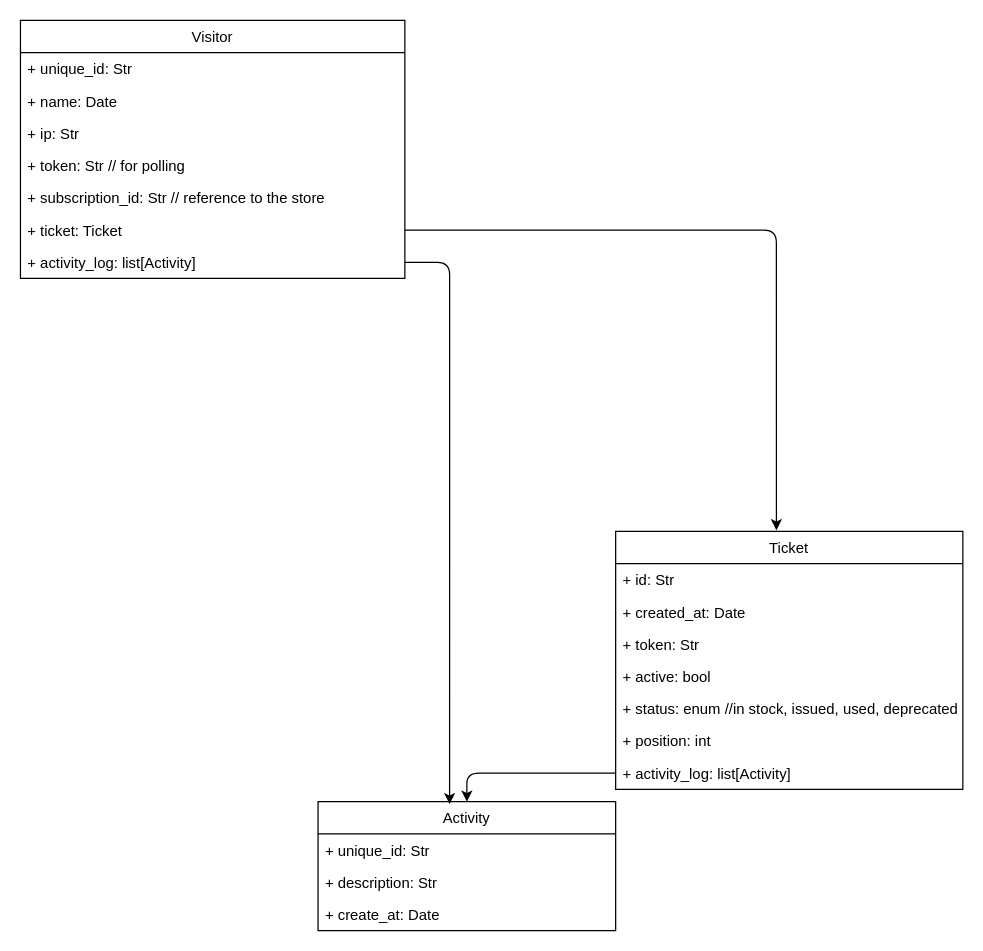
The draw.io diagram page "model: Visitor" (6 of 7) of docs/main.drawio in itay-bardugo/knocqueue, before the edit. Source tidied: cells renumbered, new cells numbered last; positions are measured from the earlier drawing's top-left corner, leaving out a move shared by most shapes. Both pictures are drawn from the tidied source at 124%, with x=0, y=0 at pixel (20, 20).
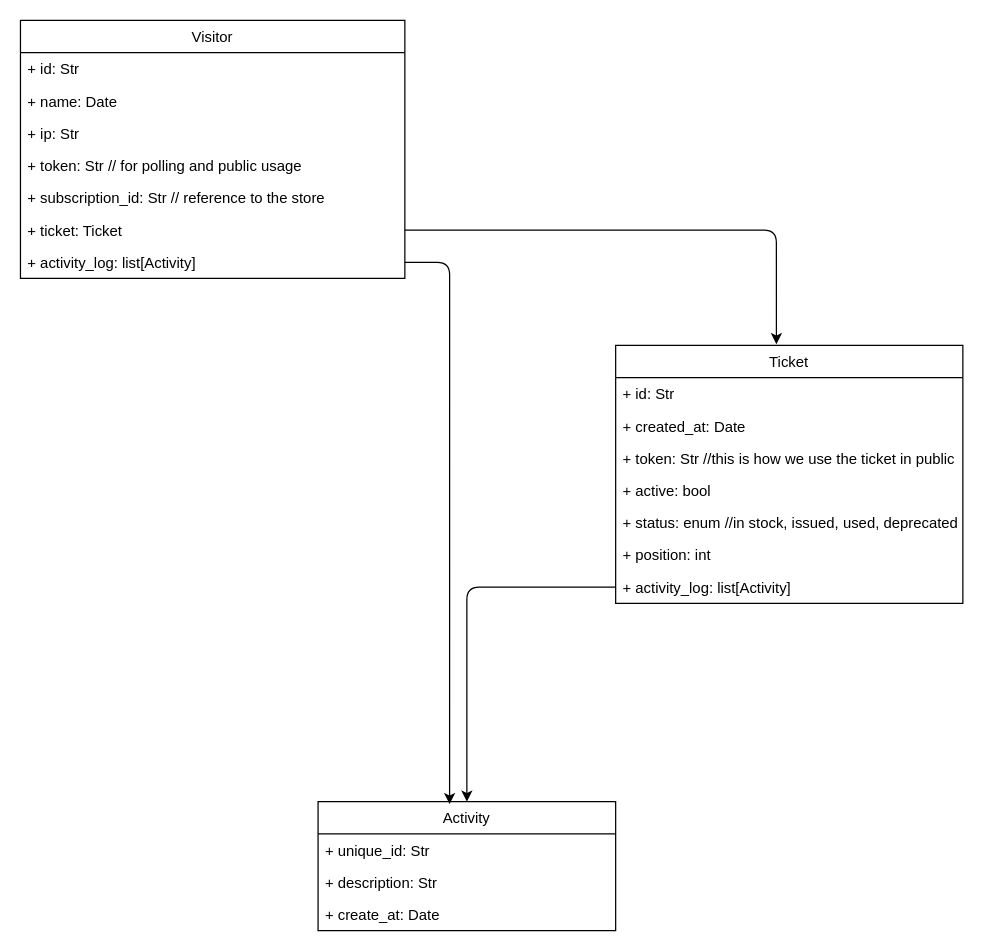
After the change.

Unchanged cells that the change refers to:
```xml
<mxCell id="15" value="Visitor" style="swimlane;fontStyle=0;horizontal=1;startSize=26;fillColor=none;" parent="1" vertex="1">
  <mxGeometry width="310" height="208" as="geometry" />
</mxCell>
```

Change to the diagram source:
```diff
@@
     <mxCell id="2" value="Ticket" style="swimlane;fontStyle=0;horizontal=1;startSize=26;fillColor=none;" parent="1" vertex="1">
-      <mxGeometry x="480" y="412" width="280" height="208" as="geometry" />
+      <mxGeometry x="480" y="262" width="280" height="208" as="geometry" />
     </mxCell>
@@
-    <mxCell id="5" value="+ token: Str" style="text;strokeColor=none;fillColor=none;align=left;verticalAlign=top;spacingLeft=4;spacingRight=4;overflow=hidden;" parent="2" vertex="1">
+    <mxCell id="5" value="+ token: Str //this is how we use the ticket in public" style="text;strokeColor=none;fillColor=none;align=left;verticalAlign=top;spacingLeft=4;spacingRight=4;overflow=hidden;" parent="2" vertex="1">
       <mxGeometry y="78" width="280" height="26" as="geometry" />
     </mxCell>
@@
-    <mxCell id="16" value="+ unique_id: Str" style="text;strokeColor=none;fillColor=none;align=left;verticalAlign=top;spacingLeft=4;spacingRight=4;overflow=hidden;" parent="15" vertex="1">
+    <mxCell id="16" value="+ id: Str" style="text;strokeColor=none;fillColor=none;align=left;verticalAlign=top;spacingLeft=4;spacingRight=4;overflow=hidden;" parent="15" vertex="1">
       <mxGeometry y="26" width="310" height="26" as="geometry" />
     </mxCell>
@@
-    <mxCell id="19" value="+ token: Str // for polling" style="text;strokeColor=none;fillColor=none;align=left;verticalAlign=top;spacingLeft=4;spacingRight=4;overflow=hidden;" parent="15" vertex="1">
+    <mxCell id="19" value="+ token: Str // for polling and public usage" style="text;strokeColor=none;fillColor=none;align=left;verticalAlign=top;spacingLeft=4;spacingRight=4;overflow=hidden;" parent="15" vertex="1">
       <mxGeometry y="104" width="310" height="26" as="geometry" />
     </mxCell>
```
